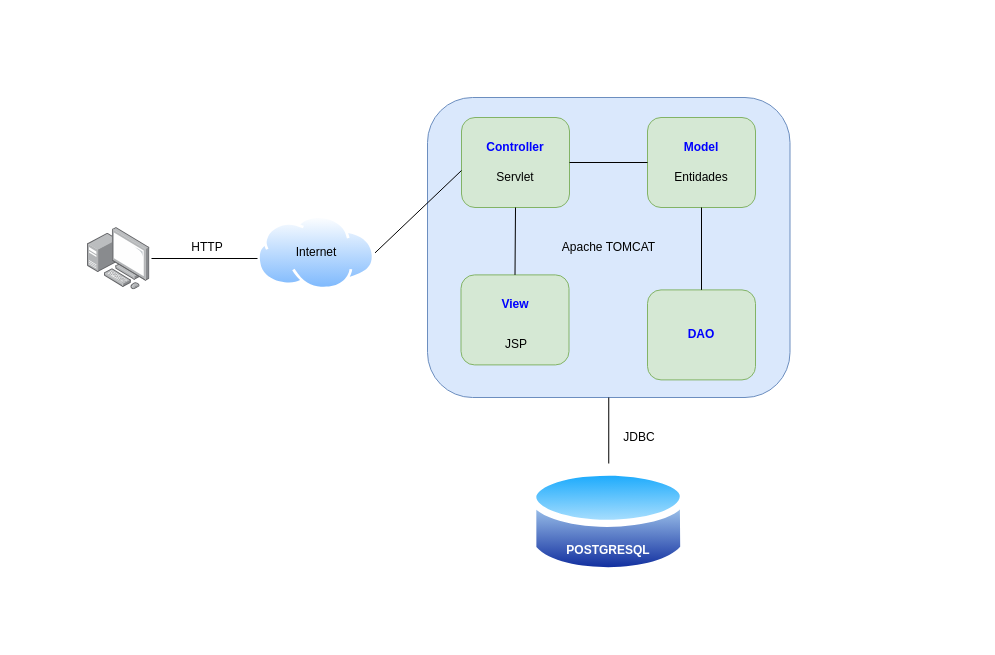
Before: UML/Diagrama de arquitetura.drawio in djesteves/PFC-Imobiliaria, a draw.io diagram. Source tidied: cells renumbered, new cells numbered last; positions are measured from the earlier drawing's top-left corner, leaving out a move shared by most shapes. Both pictures are drawn from the tidied source at 100%, with x=0, y=0 at pixel (87, 97).
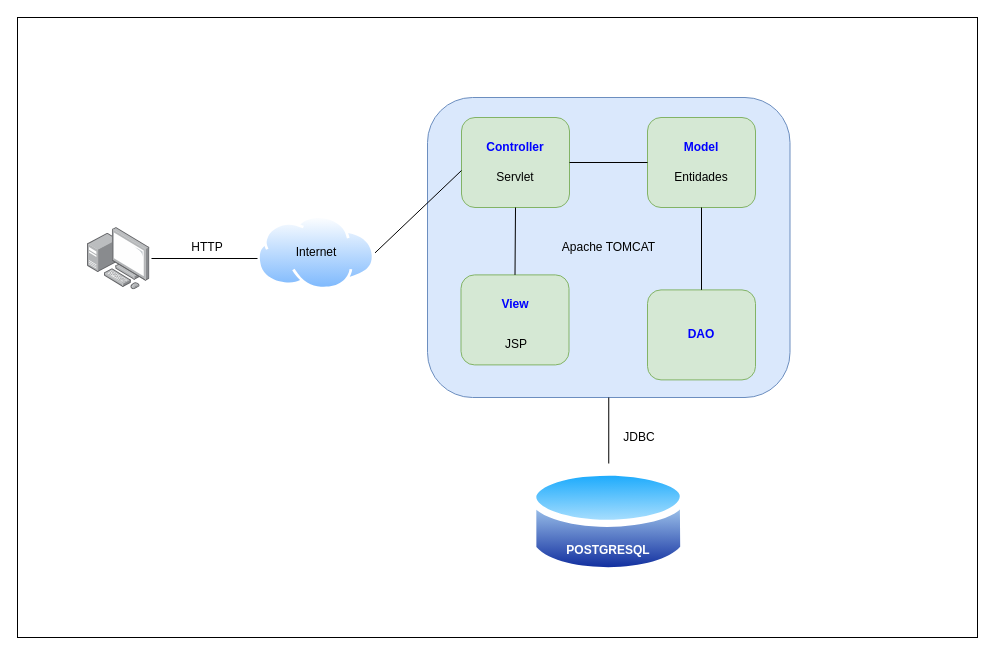
The same page after the edit.

Diff of the diagram source:
```diff
@@
+    <mxCell id="28" style="rounded=0;whiteSpace=wrap;html=1;" parent="1" vertex="1">
+      <mxGeometry x="-70" y="-80" width="960" height="620" as="geometry" />
+    </mxCell>
```
